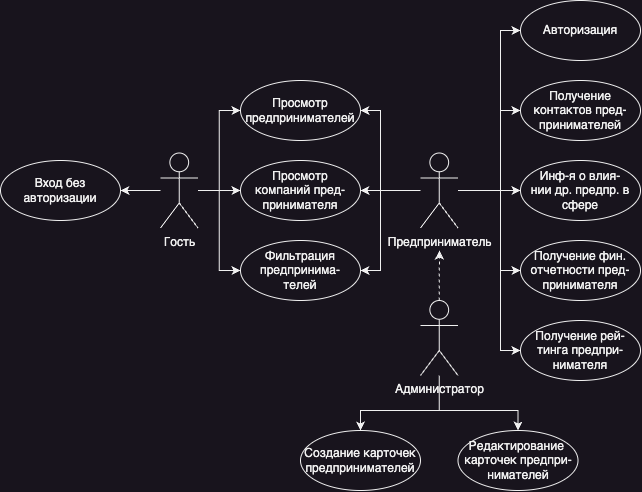
dlankinl/bmstu-ppo keeps this draw.io diagram as diagrams/usecase.png. Above is the earlier version. Source tidied: cells renumbered, new cells last; positions are measured from the earlier drawing's top-left corner, leaving out a move shared by most shapes.
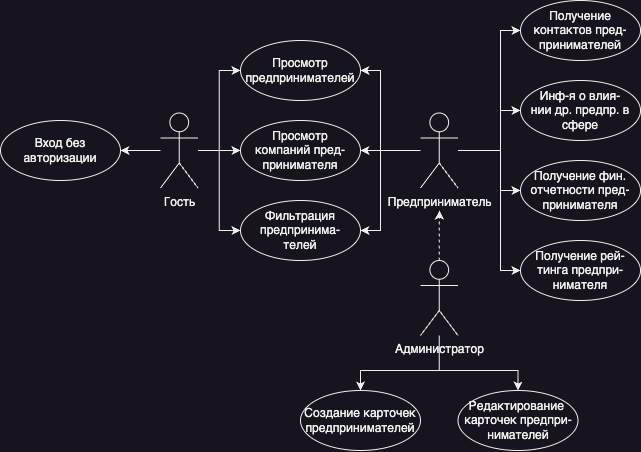
After the change.

What changed in the source:
```diff
@@ -53,8 +53,8 @@
     <mxCell id="14" style="edgeStyle=orthogonalEdgeStyle;rounded=0;jettySize=auto;html=1;entryX=0;entryY=0.5;entryDx=0;entryDy=0;" parent="1" edge="1" source="19" target="21">
       <mxGeometry relative="1" as="geometry">
         <Array as="points">
-          <mxPoint x="510" y="190" />
-          <mxPoint x="510" y="190" />
+          <mxPoint x="500" y="190" />
+          <mxPoint x="500" y="150" />
         </Array>
       </mxGeometry>
     </mxCell>
@@ -62,7 +62,7 @@
       <mxGeometry relative="1" as="geometry">
         <Array as="points">
           <mxPoint x="500" y="190" />
-          <mxPoint x="500" y="110" />
+          <mxPoint x="500" y="70" />
         </Array>
       </mxGeometry>
     </mxCell>
@@ -70,23 +70,15 @@
       <mxGeometry relative="1" as="geometry">
         <Array as="points">
           <mxPoint x="500" y="190" />
-          <mxPoint x="500" y="270" />
+          <mxPoint x="500" y="230" />
         </Array>
       </mxGeometry>
     </mxCell>
-    <mxCell id="17" style="edgeStyle=orthogonalEdgeStyle;rounded=0;jettySize=auto;html=1;entryX=0;entryY=0.5;entryDx=0;entryDy=0;" parent="1" edge="1" source="19" target="29">
-      <mxGeometry relative="1" as="geometry">
-        <Array as="points">
-          <mxPoint x="500" y="190" />
-          <mxPoint x="500" y="30" />
-        </Array>
-      </mxGeometry>
-    </mxCell>
     <mxCell id="18" style="edgeStyle=orthogonalEdgeStyle;rounded=0;jettySize=auto;html=1;entryX=0;entryY=0.5;entryDx=0;entryDy=0;" parent="1" edge="1" source="19" target="30">
       <mxGeometry relative="1" as="geometry">
         <Array as="points">
           <mxPoint x="500" y="190" />
-          <mxPoint x="500" y="350" />
+          <mxPoint x="500" y="310" />
         </Array>
       </mxGeometry>
     </mxCell>
@@ -94,13 +86,13 @@
       <mxGeometry x="420" y="152.5" width="37.5" height="75" as="geometry" />
     </mxCell>
     <mxCell id="20" value="Получение контактов пред-принимателей" style="ellipse;whiteSpace=wrap;html=1;" parent="1" vertex="1">
-      <mxGeometry x="520" y="80" width="120" height="60" as="geometry" />
+      <mxGeometry x="520" y="40" width="120" height="60" as="geometry" />
     </mxCell>
     <mxCell id="21" value="Инф-я о влия-&lt;br&gt;нии др. предпр. в&lt;br&gt;сфере" style="ellipse;whiteSpace=wrap;html=1;" parent="1" vertex="1">
-      <mxGeometry x="520" y="160" width="120" height="60" as="geometry" />
+      <mxGeometry x="520" y="120" width="120" height="60" as="geometry" />
     </mxCell>
     <mxCell id="22" value="Получение фин. отчетности пред-принимателя" style="ellipse;whiteSpace=wrap;html=1;" parent="1" vertex="1">
-      <mxGeometry x="520" y="240" width="120" height="60" as="geometry" />
+      <mxGeometry x="520" y="200" width="120" height="60" as="geometry" />
     </mxCell>
     <mxCell id="23" style="edgeStyle=orthogonalEdgeStyle;rounded=0;jettySize=auto;html=1;dashed=1;" parent="1" edge="1" source="26">
       <mxGeometry relative="1" as="geometry">
@@ -132,11 +124,8 @@
     <mxCell id="28" value="Редактирование&amp;nbsp;&lt;br&gt;карточек предпри-&lt;br&gt;нимателей" style="ellipse;whiteSpace=wrap;html=1;" parent="1" vertex="1">
       <mxGeometry x="457.5" y="430" width="120" height="60" as="geometry" />
     </mxCell>
-    <mxCell id="29" value="Авторизация" style="ellipse;whiteSpace=wrap;html=1;" parent="1" vertex="1">
-      <mxGeometry x="520" width="120" height="60" as="geometry" />
-    </mxCell>
     <mxCell id="30" value="Получение рей-тинга предпри-&lt;br&gt;нимателя" style="ellipse;whiteSpace=wrap;html=1;" parent="1" vertex="1">
-      <mxGeometry x="520" y="320" width="120" height="60" as="geometry" />
+      <mxGeometry x="520" y="280" width="120" height="60" as="geometry" />
     </mxCell>
   </root>
 </mxGraphModel>
```
